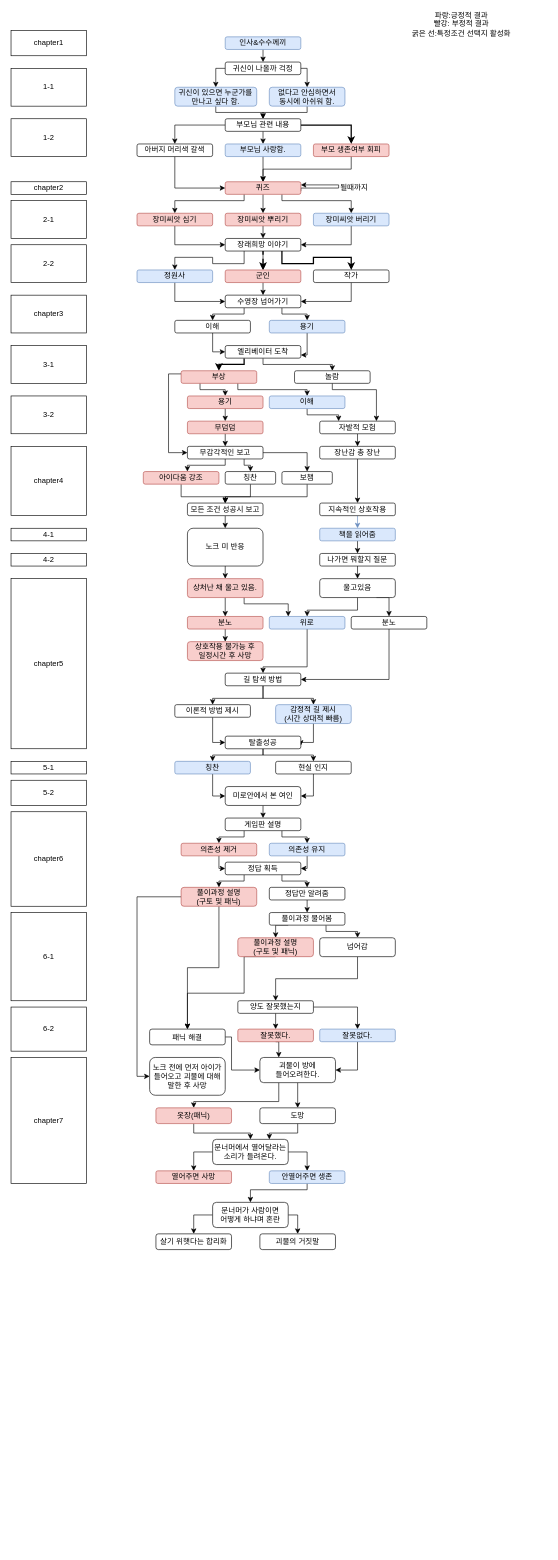
Before: interaction.drawio in KimSeal/gamemaker, a draw.io diagram. Source tidied: cells renumbered, new cells numbered last; positions are measured from the earlier drawing's top-left corner, leaving out a move shared by most shapes. Both pictures are drawn from the tidied source at 63%, with x=0, y=0 at pixel (11, 18).
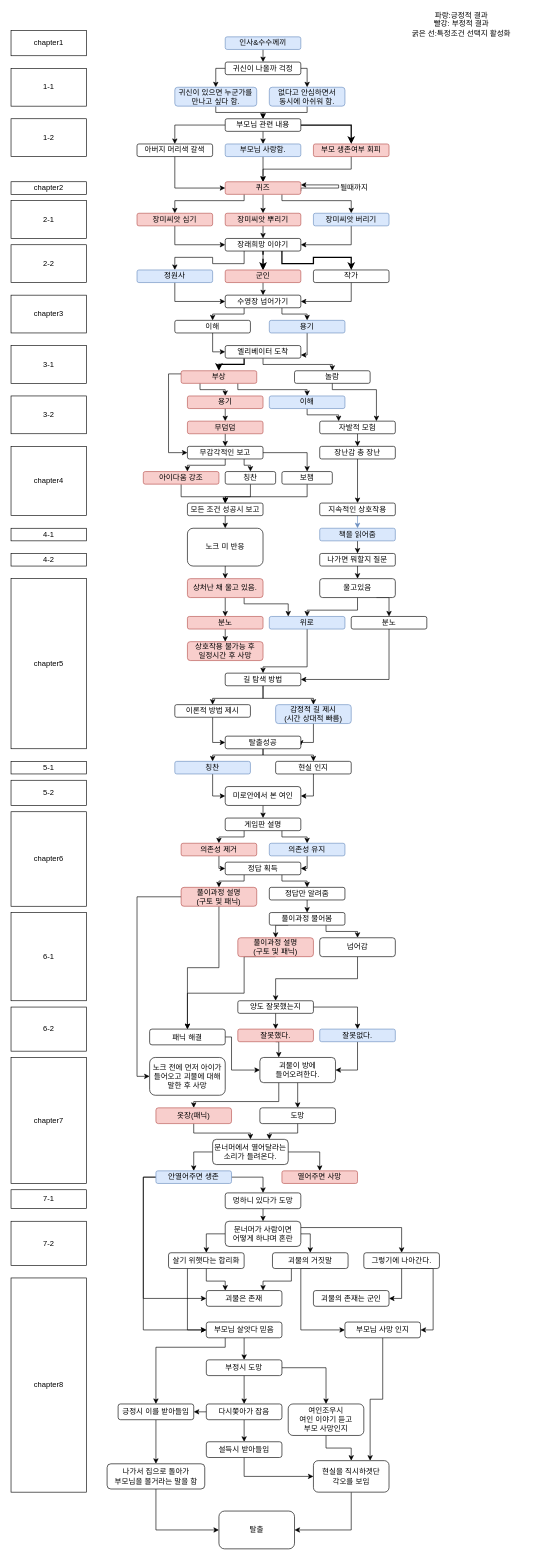
The same diagram, later.

Unchanged cells that the change refers to:
```xml
<mxCell id="179" value="문너머에서 열어달라는&lt;br&gt;소리가 들려온다." style="rounded=1;whiteSpace=wrap;html=1;" parent="1" vertex="1">
  <mxGeometry x="320" y="1780" width="120" height="40" as="geometry" />
</mxCell>
```

The edit, as a diff of the source:
```diff
@@
-    <mxCell id="177" style="edgeStyle=orthogonalEdgeStyle;rounded=0;jettySize=auto;html=1;exitX=0;exitY=0.5;exitDx=0;exitDy=0;entryX=0.5;entryY=0;entryDx=0;entryDy=0;strokeWidth=1;" parent="1" edge="1" source="179" target="180">
+    <mxCell id="177" style="edgeStyle=orthogonalEdgeStyle;rounded=0;jettySize=auto;html=1;exitX=1;exitY=0.5;exitDx=0;exitDy=0;entryX=0.5;entryY=0;entryDx=0;entryDy=0;" parent="1" edge="1" source="179" target="180">
       <mxGeometry relative="1" as="geometry" />
     </mxCell>
-    <mxCell id="178" style="edgeStyle=orthogonalEdgeStyle;rounded=0;jettySize=auto;html=1;exitX=1;exitY=0.5;exitDx=0;exitDy=0;strokeWidth=1;" parent="1" edge="1" source="179" target="182">
+    <mxCell id="178" style="edgeStyle=orthogonalEdgeStyle;rounded=0;jettySize=auto;html=1;exitX=0;exitY=0.5;exitDx=0;exitDy=0;entryX=0.5;entryY=0;entryDx=0;entryDy=0;" parent="1" edge="1" source="179" target="182">
       <mxGeometry relative="1" as="geometry" />
     </mxCell>
@@
-    <mxCell id="180" value="열어주면 사망" style="rounded=1;whiteSpace=wrap;html=1;fillColor=#f8cecc;strokeColor=#b85450;" parent="1" vertex="1">
-      <mxGeometry x="230" y="1830" width="120" height="20" as="geometry" />
-    </mxCell>
-    <mxCell id="181" style="edgeStyle=orthogonalEdgeStyle;rounded=0;jettySize=auto;html=1;exitX=0.5;exitY=1;exitDx=0;exitDy=0;strokeWidth=1;" parent="1" edge="1" source="182" target="186">
-      <mxGeometry relative="1" as="geometry">
-        <Array as="points">
-          <mxPoint x="470" y="1860" />
-          <mxPoint x="380" y="1860" />
-        </Array>
-      </mxGeometry>
-    </mxCell>
-    <mxCell id="182" value="안열어주면 생존" style="rounded=1;whiteSpace=wrap;html=1;fillColor=#dae8fc;strokeColor=#6c8ebf;" parent="1" vertex="1">
-      <mxGeometry x="410" y="1830" width="120" height="20" as="geometry" />
-    </mxCell>
@@
+    <mxCell id="189" style="edgeStyle=orthogonalEdgeStyle;rounded=0;jettySize=auto;html=1;exitX=1;exitY=0.25;exitDx=0;exitDy=0;entryX=0.5;entryY=0;entryDx=0;entryDy=0;" parent="1" edge="1" source="186" target="197">
+      <mxGeometry relative="1" as="geometry" />
+    </mxCell>
     <mxCell id="186" value="문너머가 사람이면 &lt;br&gt;어떻게 하냐며 혼란" style="rounded=1;whiteSpace=wrap;html=1;" parent="1" vertex="1">
-      <mxGeometry x="320" y="1880" width="120" height="40" as="geometry" />
+      <mxGeometry x="340" y="1910" width="120" height="40" as="geometry" />
     </mxCell>
+    <mxCell id="190" style="edgeStyle=orthogonalEdgeStyle;rounded=0;jettySize=auto;html=1;exitX=0.5;exitY=1;exitDx=0;exitDy=0;entryX=0.25;entryY=0;entryDx=0;entryDy=0;" parent="1" edge="1" source="187" target="203">
+      <mxGeometry relative="1" as="geometry" />
+    </mxCell>
+    <mxCell id="191" style="edgeStyle=orthogonalEdgeStyle;rounded=0;jettySize=auto;html=1;exitX=0.25;exitY=1;exitDx=0;exitDy=0;entryX=0;entryY=0.5;entryDx=0;entryDy=0;" parent="1" edge="1" source="187" target="206">
+      <mxGeometry relative="1" as="geometry" />
+    </mxCell>
     <mxCell id="187" value="살기 위햇다는 합리화" style="rounded=1;whiteSpace=wrap;html=1;" parent="1" vertex="1">
-      <mxGeometry x="230" y="1930" width="120" height="25" as="geometry" />
+      <mxGeometry x="250" y="1960" width="120" height="25" as="geometry" />
     </mxCell>
+    <mxCell id="192" style="edgeStyle=orthogonalEdgeStyle;rounded=0;jettySize=auto;html=1;exitX=0.25;exitY=1;exitDx=0;exitDy=0;entryX=0.75;entryY=0;entryDx=0;entryDy=0;" parent="1" edge="1" source="188" target="203">
+      <mxGeometry relative="1" as="geometry" />
+    </mxCell>
+    <mxCell id="193" style="edgeStyle=orthogonalEdgeStyle;rounded=0;jettySize=auto;html=1;exitX=0.5;exitY=1;exitDx=0;exitDy=0;entryX=0;entryY=0.5;entryDx=0;entryDy=0;" parent="1" edge="1" source="188" target="208">
+      <mxGeometry relative="1" as="geometry">
+        <Array as="points">
+          <mxPoint x="460" y="1985" />
+          <mxPoint x="460" y="2083" />
+        </Array>
+      </mxGeometry>
+    </mxCell>
     <mxCell id="188" value="괴물의 거짓말" style="rounded=1;whiteSpace=wrap;html=1;" parent="1" vertex="1">
-      <mxGeometry x="395" y="1930" width="120" height="25" as="geometry" />
+      <mxGeometry x="415" y="1960" width="120" height="25" as="geometry" />
     </mxCell>
+    <mxCell id="194" value="7-1" style="rounded=0;whiteSpace=wrap;html=1;" parent="1" vertex="1">
+      <mxGeometry y="1860" width="120" height="30" as="geometry" />
+    </mxCell>
+    <mxCell id="195" style="edgeStyle=orthogonalEdgeStyle;rounded=0;jettySize=auto;html=1;exitX=0.5;exitY=1;exitDx=0;exitDy=0;entryX=1;entryY=0.5;entryDx=0;entryDy=0;" parent="1" edge="1" source="197" target="202">
+      <mxGeometry relative="1" as="geometry" />
+    </mxCell>
+    <mxCell id="196" style="edgeStyle=orthogonalEdgeStyle;rounded=0;jettySize=auto;html=1;exitX=0.75;exitY=1;exitDx=0;exitDy=0;entryX=1;entryY=0.5;entryDx=0;entryDy=0;" parent="1" edge="1" source="197" target="208">
+      <mxGeometry relative="1" as="geometry">
+        <Array as="points">
+          <mxPoint x="670" y="1985" />
+          <mxPoint x="670" y="2082" />
+        </Array>
+      </mxGeometry>
+    </mxCell>
+    <mxCell id="197" value="그렇기에 나아간다." style="rounded=1;whiteSpace=wrap;html=1;" parent="1" vertex="1">
+      <mxGeometry x="560" y="1960" width="120" height="25" as="geometry" />
+    </mxCell>
+    <mxCell id="198" style="edgeStyle=orthogonalEdgeStyle;rounded=0;jettySize=auto;html=1;exitX=0.5;exitY=1;exitDx=0;exitDy=0;entryX=0.5;entryY=0;entryDx=0;entryDy=0;" parent="1" edge="1" source="199" target="186">
+      <mxGeometry relative="1" as="geometry" />
+    </mxCell>
+    <mxCell id="199" value="멍하니 있다가 도망" style="rounded=1;whiteSpace=wrap;html=1;" parent="1" vertex="1">
+      <mxGeometry x="340" y="1865" width="120" height="25" as="geometry" />
+    </mxCell>
+    <mxCell id="200" value="7-2" style="rounded=0;whiteSpace=wrap;html=1;" parent="1" vertex="1">
+      <mxGeometry y="1910" width="120" height="70" as="geometry" />
+    </mxCell>
+    <mxCell id="201" value="chapter8" style="rounded=0;whiteSpace=wrap;html=1;" parent="1" vertex="1">
+      <mxGeometry y="2000" width="120" height="340" as="geometry" />
+    </mxCell>
+    <mxCell id="202" value="괴물의 존재는 군인" style="rounded=1;whiteSpace=wrap;html=1;" parent="1" vertex="1">
+      <mxGeometry x="480" y="2020" width="120" height="25" as="geometry" />
+    </mxCell>
+    <mxCell id="203" value="괴물은 존재" style="rounded=1;whiteSpace=wrap;html=1;" parent="1" vertex="1">
+      <mxGeometry x="310" y="2020" width="120" height="25" as="geometry" />
+    </mxCell>
+    <mxCell id="204" style="edgeStyle=orthogonalEdgeStyle;rounded=0;jettySize=auto;html=1;exitX=0.5;exitY=1;exitDx=0;exitDy=0;entryX=0.5;entryY=0;entryDx=0;entryDy=0;" parent="1" edge="1" source="206" target="214">
+      <mxGeometry relative="1" as="geometry" />
+    </mxCell>
+    <mxCell id="205" style="edgeStyle=orthogonalEdgeStyle;rounded=0;jettySize=auto;html=1;exitX=0.25;exitY=1;exitDx=0;exitDy=0;entryX=0.5;entryY=0;entryDx=0;entryDy=0;" parent="1" edge="1" source="206" target="216">
+      <mxGeometry relative="1" as="geometry">
+        <Array as="points">
+          <mxPoint x="340" y="2110" />
+          <mxPoint x="230" y="2110" />
+        </Array>
+      </mxGeometry>
+    </mxCell>
+    <mxCell id="206" value="부모님 살앗다 믿음" style="rounded=1;whiteSpace=wrap;html=1;" parent="1" vertex="1">
+      <mxGeometry x="310" y="2070" width="120" height="25" as="geometry" />
+    </mxCell>
+    <mxCell id="207" style="edgeStyle=orthogonalEdgeStyle;rounded=0;jettySize=auto;html=1;exitX=0.5;exitY=1;exitDx=0;exitDy=0;entryX=0.75;entryY=0;entryDx=0;entryDy=0;" parent="1" edge="1" source="208" target="227">
+      <mxGeometry relative="1" as="geometry" />
+    </mxCell>
+    <mxCell id="208" value="부모님 사망 인지" style="rounded=1;whiteSpace=wrap;html=1;" parent="1" vertex="1">
+      <mxGeometry x="530" y="2070" width="120" height="25" as="geometry" />
+    </mxCell>
+    <mxCell id="209" style="edgeStyle=orthogonalEdgeStyle;rounded=0;jettySize=auto;html=1;exitX=1;exitY=0.5;exitDx=0;exitDy=0;" parent="1" edge="1" source="182" target="199">
+      <mxGeometry relative="1" as="geometry" />
+    </mxCell>
+    <mxCell id="210" style="edgeStyle=orthogonalEdgeStyle;rounded=0;jettySize=auto;html=1;exitX=0;exitY=0.5;exitDx=0;exitDy=0;entryX=0;entryY=0.5;entryDx=0;entryDy=0;" parent="1" edge="1" source="182" target="203">
+      <mxGeometry relative="1" as="geometry" />
+    </mxCell>
+    <mxCell id="211" style="edgeStyle=orthogonalEdgeStyle;rounded=0;jettySize=auto;html=1;exitX=0;exitY=0.5;exitDx=0;exitDy=0;entryX=0;entryY=0.5;entryDx=0;entryDy=0;" parent="1" edge="1" source="182" target="206">
+      <mxGeometry relative="1" as="geometry" />
+    </mxCell>
+    <mxCell id="182" value="안열어주면 생존" style="rounded=1;whiteSpace=wrap;html=1;fillColor=#dae8fc;strokeColor=#6c8ebf;" parent="1" vertex="1">
+      <mxGeometry x="230" y="1830" width="120" height="20" as="geometry" />
+    </mxCell>
+    <mxCell id="180" value="열어주면 사망" style="rounded=1;whiteSpace=wrap;html=1;fillColor=#f8cecc;strokeColor=#b85450;" parent="1" vertex="1">
+      <mxGeometry x="430" y="1830" width="120" height="20" as="geometry" />
+    </mxCell>
+    <mxCell id="212" style="edgeStyle=orthogonalEdgeStyle;rounded=0;jettySize=auto;html=1;exitX=0.5;exitY=1;exitDx=0;exitDy=0;entryX=0.5;entryY=0;entryDx=0;entryDy=0;" parent="1" edge="1" source="214" target="219">
+      <mxGeometry relative="1" as="geometry" />
+    </mxCell>
+    <mxCell id="213" style="edgeStyle=orthogonalEdgeStyle;rounded=0;jettySize=auto;html=1;exitX=1;exitY=0.5;exitDx=0;exitDy=0;entryX=0.5;entryY=0;entryDx=0;entryDy=0;" parent="1" edge="1" source="214" target="221">
+      <mxGeometry relative="1" as="geometry" />
+    </mxCell>
+    <mxCell id="214" value="부정시 도망" style="rounded=1;whiteSpace=wrap;html=1;" parent="1" vertex="1">
+      <mxGeometry x="310" y="2130" width="120" height="25" as="geometry" />
+    </mxCell>
+    <mxCell id="215" style="edgeStyle=orthogonalEdgeStyle;rounded=0;jettySize=auto;html=1;exitX=0.5;exitY=1;exitDx=0;exitDy=0;entryX=0.5;entryY=0;entryDx=0;entryDy=0;" parent="1" edge="1" source="216" target="223">
+      <mxGeometry relative="1" as="geometry" />
+    </mxCell>
+    <mxCell id="216" value="긍정시 이를 받아들임" style="rounded=1;whiteSpace=wrap;html=1;" parent="1" vertex="1">
+      <mxGeometry x="170" y="2200" width="120" height="25" as="geometry" />
+    </mxCell>
+    <mxCell id="217" style="edgeStyle=orthogonalEdgeStyle;rounded=0;jettySize=auto;html=1;exitX=0;exitY=0.5;exitDx=0;exitDy=0;entryX=1;entryY=0.5;entryDx=0;entryDy=0;" parent="1" edge="1" source="219" target="216">
+      <mxGeometry relative="1" as="geometry" />
+    </mxCell>
+    <mxCell id="218" style="edgeStyle=orthogonalEdgeStyle;rounded=0;jettySize=auto;html=1;exitX=0.5;exitY=1;exitDx=0;exitDy=0;entryX=0.5;entryY=0;entryDx=0;entryDy=0;" parent="1" edge="1" source="219" target="225">
+      <mxGeometry relative="1" as="geometry" />
+    </mxCell>
+    <mxCell id="219" value="다시쫓아가 잡음" style="rounded=1;whiteSpace=wrap;html=1;" parent="1" vertex="1">
+      <mxGeometry x="310" y="2200" width="120" height="25" as="geometry" />
+    </mxCell>
+    <mxCell id="220" style="edgeStyle=orthogonalEdgeStyle;rounded=0;jettySize=auto;html=1;exitX=0.5;exitY=1;exitDx=0;exitDy=0;entryX=0.5;entryY=0;entryDx=0;entryDy=0;" parent="1" edge="1" source="221" target="227">
+      <mxGeometry relative="1" as="geometry" />
+    </mxCell>
+    <mxCell id="221" value="여인조우시 &lt;br&gt;여인 이야기 듣고 &lt;br&gt;부모 사망인지" style="rounded=1;whiteSpace=wrap;html=1;" parent="1" vertex="1">
+      <mxGeometry x="440" y="2200" width="120" height="50" as="geometry" />
+    </mxCell>
+    <mxCell id="222" style="edgeStyle=orthogonalEdgeStyle;rounded=0;jettySize=auto;html=1;exitX=0.5;exitY=1;exitDx=0;exitDy=0;entryX=0;entryY=0.5;entryDx=0;entryDy=0;" parent="1" edge="1" source="223" target="228">
+      <mxGeometry relative="1" as="geometry" />
+    </mxCell>
+    <mxCell id="223" value="나가서 집으로 돌아가 &lt;br&gt;부모님을 볼거라는 말을 함" style="rounded=1;whiteSpace=wrap;html=1;" parent="1" vertex="1">
+      <mxGeometry x="152.5" y="2295" width="155" height="40" as="geometry" />
+    </mxCell>
+    <mxCell id="224" style="edgeStyle=orthogonalEdgeStyle;rounded=0;jettySize=auto;html=1;exitX=0.5;exitY=1;exitDx=0;exitDy=0;entryX=0;entryY=0.5;entryDx=0;entryDy=0;" parent="1" edge="1" source="225" target="227">
+      <mxGeometry relative="1" as="geometry" />
+    </mxCell>
+    <mxCell id="225" value="설득시 받아들임" style="rounded=1;whiteSpace=wrap;html=1;" parent="1" vertex="1">
+      <mxGeometry x="310" y="2260" width="120" height="25" as="geometry" />
+    </mxCell>
+    <mxCell id="226" style="edgeStyle=orthogonalEdgeStyle;rounded=0;jettySize=auto;html=1;exitX=0.5;exitY=1;exitDx=0;exitDy=0;entryX=1;entryY=0.5;entryDx=0;entryDy=0;" parent="1" edge="1" source="227" target="228">
+      <mxGeometry relative="1" as="geometry" />
+    </mxCell>
+    <mxCell id="227" value="현실을 직시하겟단 &lt;br&gt;각오를 보임" style="rounded=1;whiteSpace=wrap;html=1;" parent="1" vertex="1">
+      <mxGeometry x="480" y="2290" width="120" height="50" as="geometry" />
+    </mxCell>
+    <mxCell id="228" value="탈출" style="rounded=1;whiteSpace=wrap;html=1;" parent="1" vertex="1">
+      <mxGeometry x="330" y="2370" width="120" height="60" as="geometry" />
+    </mxCell>
```
